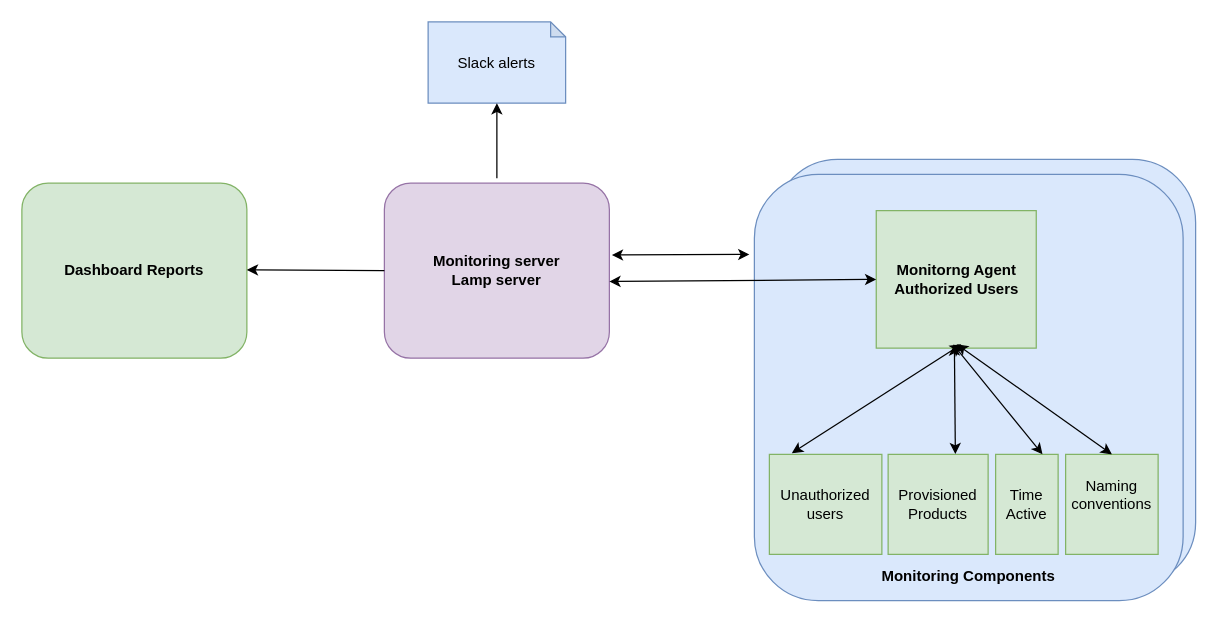
The draw.io diagram instracture.drawio in AchayoEarnest/dg-capstone-instracture-diagram, before the edit. Source tidied: cells renumbered, new cells numbered last; positions are measured from the earlier drawing's top-left corner, leaving out a move shared by most shapes. Both pictures are drawn from the tidied source at 125%, with x=0, y=0 at pixel (21, 21).
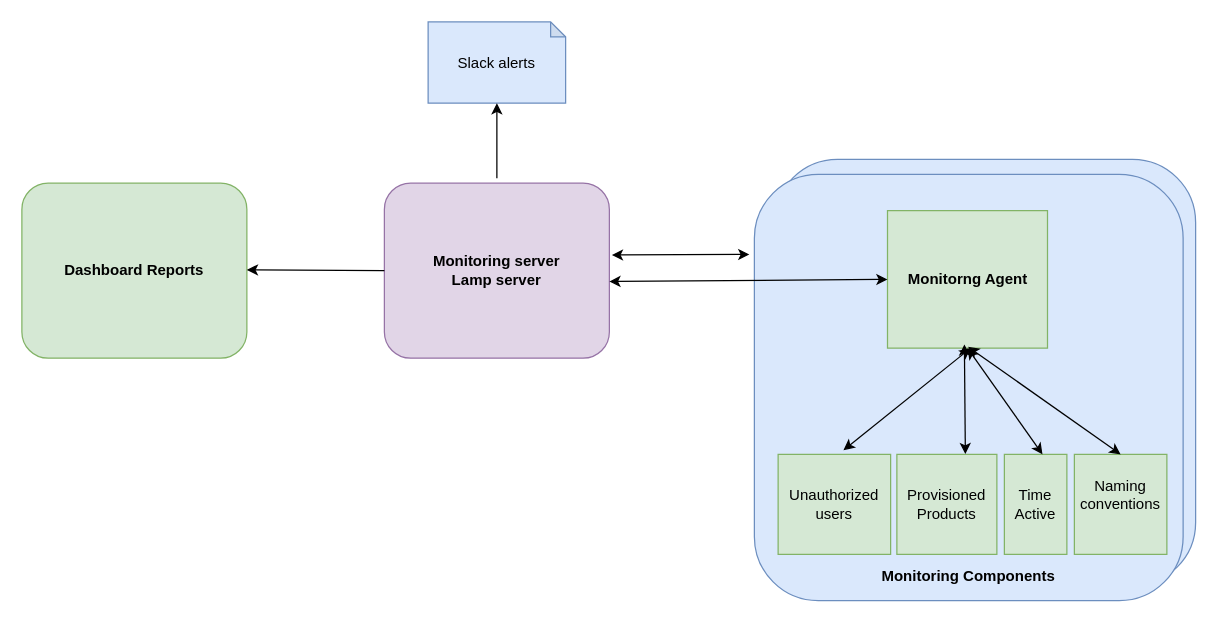
The same page after the edit.

The edit, as a diff of the source:
```diff
@@
-    <mxCell id="4" value="&lt;b&gt;Monitorng Agent&lt;/b&gt;&lt;div&gt;&lt;b&gt;Authorized Users&lt;/b&gt;&lt;/div&gt;" style="rounded=0;whiteSpace=wrap;html=1;fillColor=#d5e8d4;strokeColor=#82b366;" parent="1" vertex="1">
-      <mxGeometry x="683.5" y="151" width="128" height="110" as="geometry" />
+    <mxCell id="4" value="&lt;b&gt;Monitorng Agent&lt;/b&gt;" style="rounded=0;whiteSpace=wrap;html=1;fillColor=#d5e8d4;strokeColor=#82b366;" parent="1" vertex="1">
+      <mxGeometry x="692.5" y="151" width="128" height="110" as="geometry" />
     </mxCell>
     <mxCell id="5" value="Provisioned Products" style="rounded=0;whiteSpace=wrap;html=1;fillColor=#d5e8d4;strokeColor=#82b366;" parent="1" vertex="1">
-      <mxGeometry x="693" y="346" width="80" height="80" as="geometry" />
+      <mxGeometry x="700" y="346" width="80" height="80" as="geometry" />
     </mxCell>
     <mxCell id="6" value="Time Active" style="rounded=0;whiteSpace=wrap;html=1;fillColor=#d5e8d4;strokeColor=#82b366;" parent="1" vertex="1">
-      <mxGeometry x="779" y="346" width="50" height="80" as="geometry" />
+      <mxGeometry x="786" y="346" width="50" height="80" as="geometry" />
     </mxCell>
     <mxCell id="7" value="Naming conventions&lt;div&gt;&lt;br&gt;&lt;/div&gt;" style="rounded=0;whiteSpace=wrap;html=1;fillColor=#d5e8d4;strokeColor=#82b366;" parent="1" vertex="1">
-      <mxGeometry x="835" y="346" width="74" height="80" as="geometry" />
+      <mxGeometry x="842" y="346" width="74" height="80" as="geometry" />
     </mxCell>
-    <mxCell id="8" style="endArrow=classic;startArrow=classic;html=1;rounded=0;entryX=0.5;entryY=1;entryDx=0;entryDy=0;" parent="1" edge="1">
+    <mxCell id="8" style="endArrow=classic;startArrow=classic;html=1;rounded=0;exitX=0.581;exitY=-0.042;exitDx=0;exitDy=0;exitPerimeter=0;" parent="1" edge="1" source="18">
       <mxGeometry relative="1" as="geometry">
-        <mxPoint x="616" y="345" as="sourcePoint" />
-        <mxPoint x="751.5" y="258" as="targetPoint" />
+        <mxPoint x="759" y="261" as="targetPoint" />
       </mxGeometry>
     </mxCell>
-    <mxCell id="9" style="endArrow=classic;startArrow=classic;html=1;rounded=0;exitX=0.5;exitY=0;exitDx=0;exitDy=0;entryX=0.75;entryY=0;entryDx=0;entryDy=0;" parent="1" edge="1">
+    <mxCell id="9" style="endArrow=classic;startArrow=classic;html=1;rounded=0;exitX=0.5;exitY=1;exitDx=0;exitDy=0;entryX=0.75;entryY=0;entryDx=0;entryDy=0;" parent="1" edge="1" source="4">
       <mxGeometry relative="1" as="geometry">
-        <mxPoint x="745" y="258" as="sourcePoint" />
         <mxPoint x="816.5" y="346" as="targetPoint" />
       </mxGeometry>
     </mxCell>
     <mxCell id="10" style="endArrow=classic;startArrow=classic;html=1;rounded=0;entryX=0.561;entryY=1.038;entryDx=0;entryDy=0;entryPerimeter=0;" parent="1" edge="1">
       <mxGeometry relative="1" as="geometry">
-        <mxPoint x="746.8" y="345.8" as="sourcePoint" />
-        <mxPoint x="746" y="258" as="targetPoint" />
+        <mxPoint x="754.8" y="345.8" as="sourcePoint" />
+        <mxPoint x="754" y="258" as="targetPoint" />
       </mxGeometry>
     </mxCell>
@@
     <mxCell id="18" value="Unauthorized users" style="rounded=0;whiteSpace=wrap;html=1;fillColor=#d5e8d4;strokeColor=#82b366;" parent="1" vertex="1">
-      <mxGeometry x="598" y="346" width="90" height="80" as="geometry" />
+      <mxGeometry x="605" y="346" width="90" height="80" as="geometry" />
     </mxCell>
-    <mxCell id="19" style="endArrow=classic;startArrow=classic;html=1;rounded=0;exitX=0.5;exitY=0;exitDx=0;exitDy=0;entryX=0.5;entryY=0;entryDx=0;entryDy=0;" parent="1" edge="1" target="7">
+    <mxCell id="19" style="endArrow=classic;startArrow=classic;html=1;rounded=0;entryX=0.5;entryY=0;entryDx=0;entryDy=0;" parent="1" edge="1" target="7">
       <mxGeometry relative="1" as="geometry">
-        <mxPoint x="748" y="258" as="sourcePoint" />
+        <mxPoint x="757" y="260" as="sourcePoint" />
       </mxGeometry>
     </mxCell>
```
